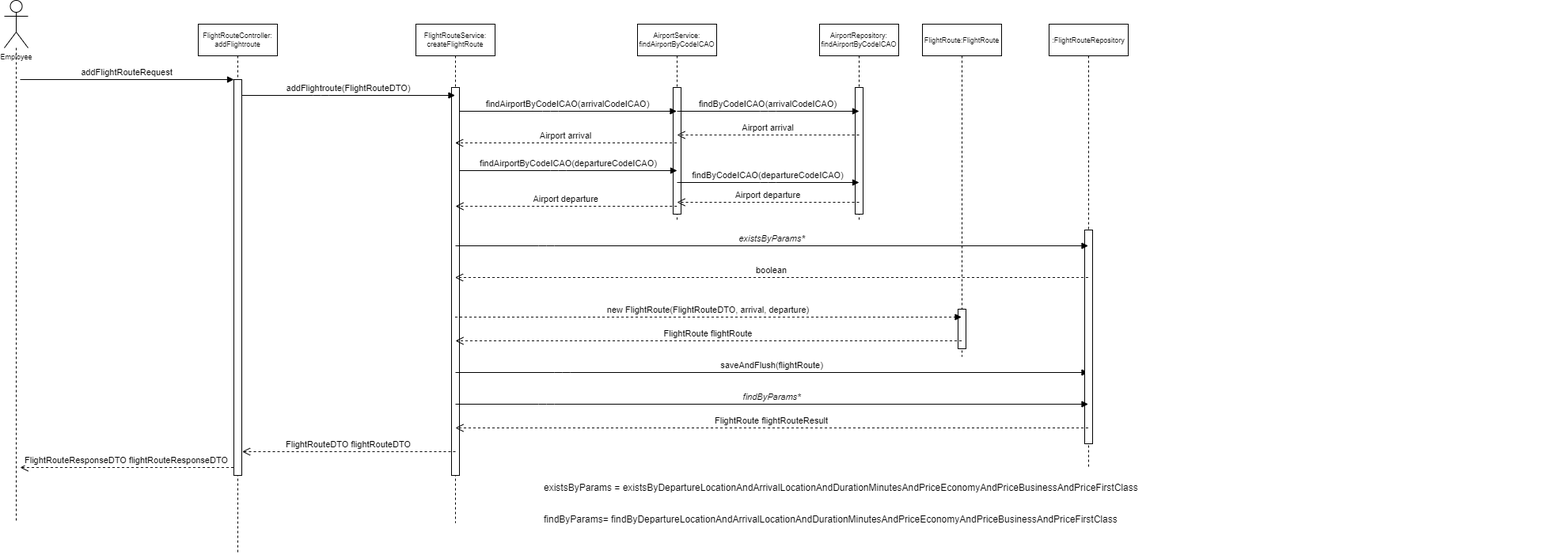
The draw.io diagram docs/sequenceDiagrams/addFlightRoute.drawio.png in huict/prbed-2122-v2c-teamdit, before a commit. Source tidied: cells renumbered, new cells last; positions are measured from the earlier drawing's top-left corner, leaving out a move shared by most shapes.
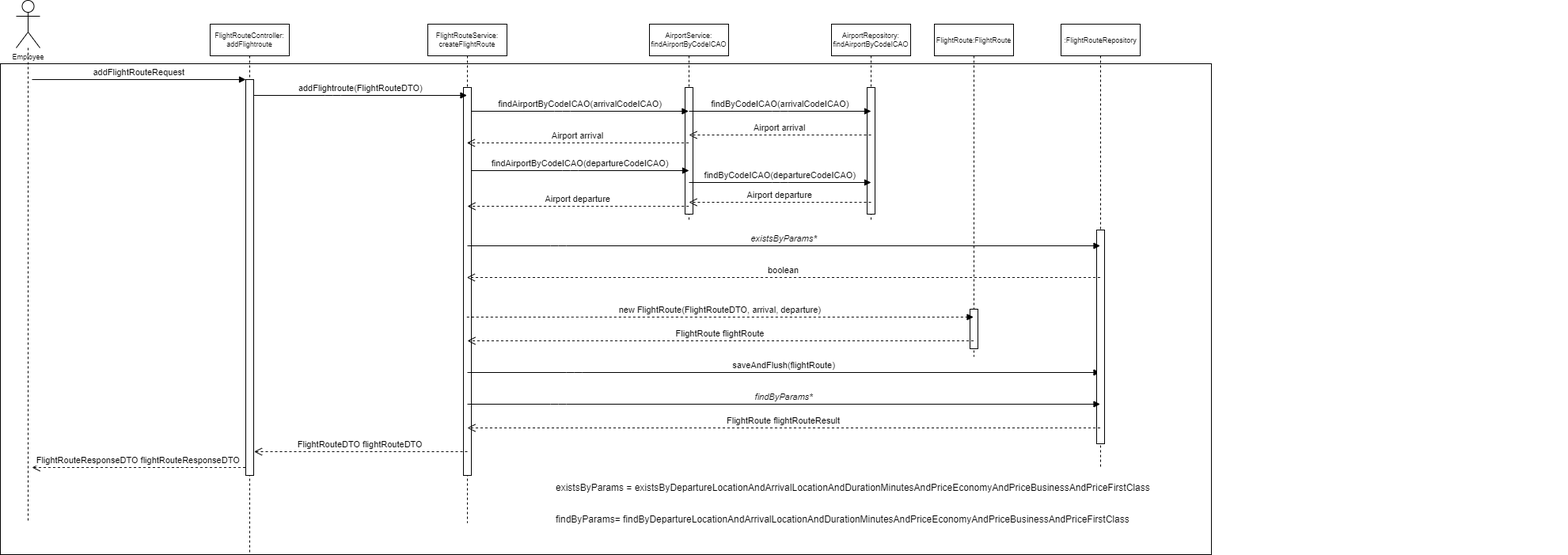
After the change.

What changed in the source:
```diff
@@ -2,6 +2,9 @@
   <root>
     <mxCell id="0" />
     <mxCell id="1" parent="0" />
+    <mxCell id="37" style="rounded=0;whiteSpace=wrap;html=1;" parent="1" vertex="1">
+      <mxGeometry x="-20" y="80" width="1530" height="620" as="geometry" />
+    </mxCell>
     <mxCell id="2" value="FlightRouteController:&#10;addFlightroute" style="shape=umlLifeline;perimeter=lifelinePerimeter;rounded=0;shadow=0;strokeWidth=1;fontSize=9;" parent="1" vertex="1">
       <mxGeometry x="245" y="30" width="100" height="670" as="geometry" />
     </mxCell>
```
